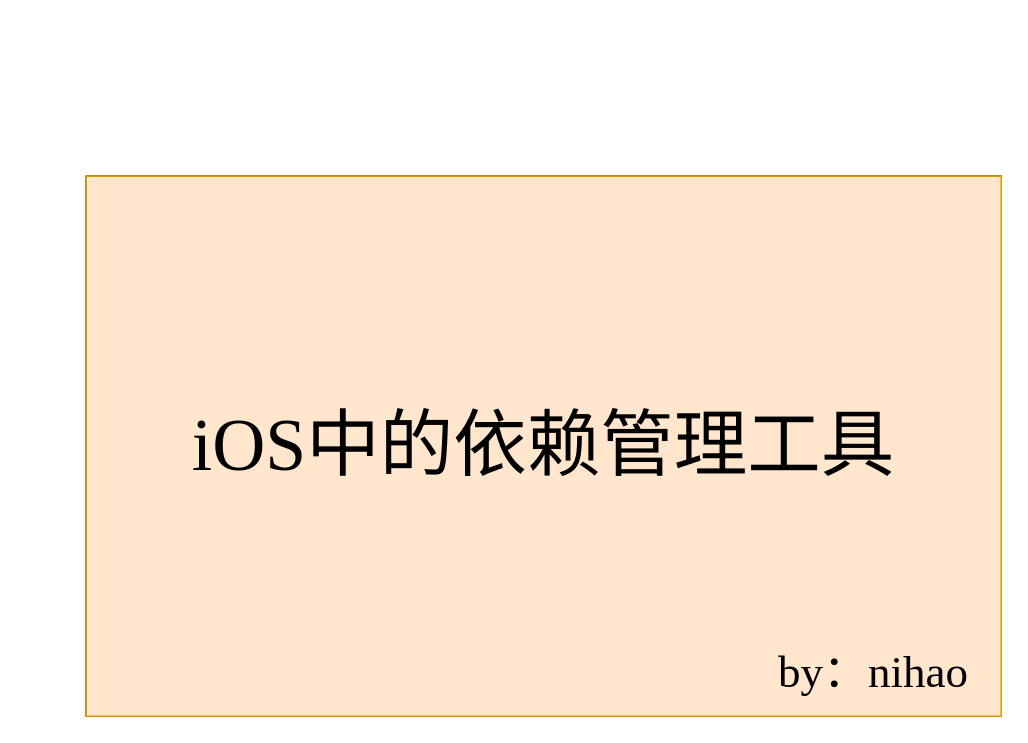
This is iOS中的依赖管理工具.drawio from xuhaodong1/DrawIO, a draw.io file, before an edit. Source tidied: cells renumbered, new cells numbered last; positions are measured from the earlier drawing's top-left corner, leaving out a move shared by most shapes. Both pictures are drawn from the tidied source at 150%, with x=0, y=0 at pixel (86, 176).
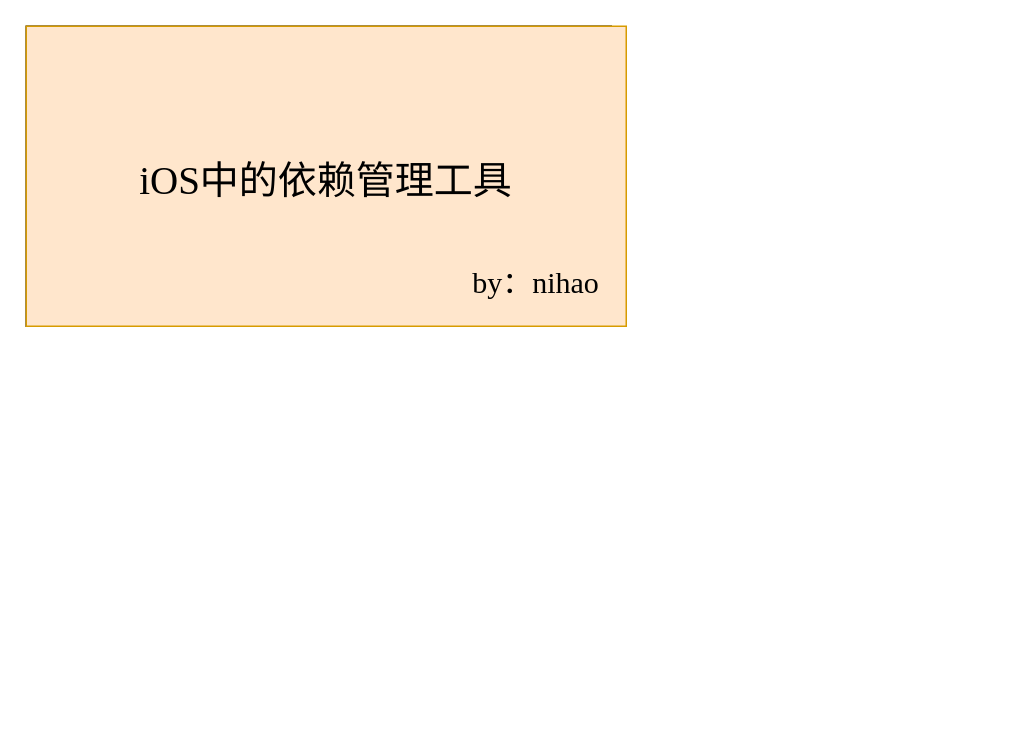
Above is the later version.

Commit message:
更新iOS中的依赖管理工具.drawio

Change to the diagram source:
```diff
@@
 <mxGraphModel>
   <root>
     <mxCell id="0" />
     <mxCell id="1" parent="0" />
+    <mxCell id="5" style="group;fontSize=10;" parent="1" vertex="1">
+      <mxGeometry x="-40" y="-100" width="400" height="200" as="geometry" />
+    </mxCell>
-    <mxCell id="2" style="rounded=0;whiteSpace=wrap;html=1;" parent="1" vertex="1">
-      <mxGeometry width="610" height="360" as="geometry" />
+    <mxCell id="2" style="rounded=0;whiteSpace=wrap;html=1;" parent="5" vertex="1">
+      <mxGeometry width="390" height="200" as="geometry" />
     </mxCell>
-    <mxCell id="3" value="iOS中的依赖管理工具" style="text;html=1;strokeColor=#d79b00;fillColor=#ffe6cc;align=center;verticalAlign=middle;whiteSpace=wrap;rounded=0;fontSize=49;fontFamily=Times New Roman;" parent="1" vertex="1">
-      <mxGeometry width="610" height="360" as="geometry" />
+    <mxCell id="3" value="&lt;font style=&quot;font-size: 26px;&quot;&gt;iOS中的依赖管理工具&lt;/font&gt;" style="text;html=1;strokeColor=#d79b00;fillColor=#ffe6cc;align=center;verticalAlign=middle;whiteSpace=wrap;rounded=0;fontSize=37;fontFamily=Times New Roman;" parent="5" vertex="1">
+      <mxGeometry width="400" height="200" as="geometry" />
     </mxCell>
-    <mxCell id="4" value="by：nihao" style="text;html=1;strokeColor=none;fillColor=none;align=center;verticalAlign=middle;whiteSpace=wrap;rounded=0;fontFamily=Times New Roman;fontSize=30;" parent="1" vertex="1">
-      <mxGeometry x="450" y="310" width="150" height="40" as="geometry" />
+    <mxCell id="4" value="by：nihao" style="text;html=1;strokeColor=none;fillColor=none;align=center;verticalAlign=middle;whiteSpace=wrap;rounded=0;fontFamily=Times New Roman;fontSize=20;" parent="5" vertex="1">
+      <mxGeometry x="290" y="150" width="100" height="40" as="geometry" />
     </mxCell>
   </root>
 </mxGraphModel>
```
